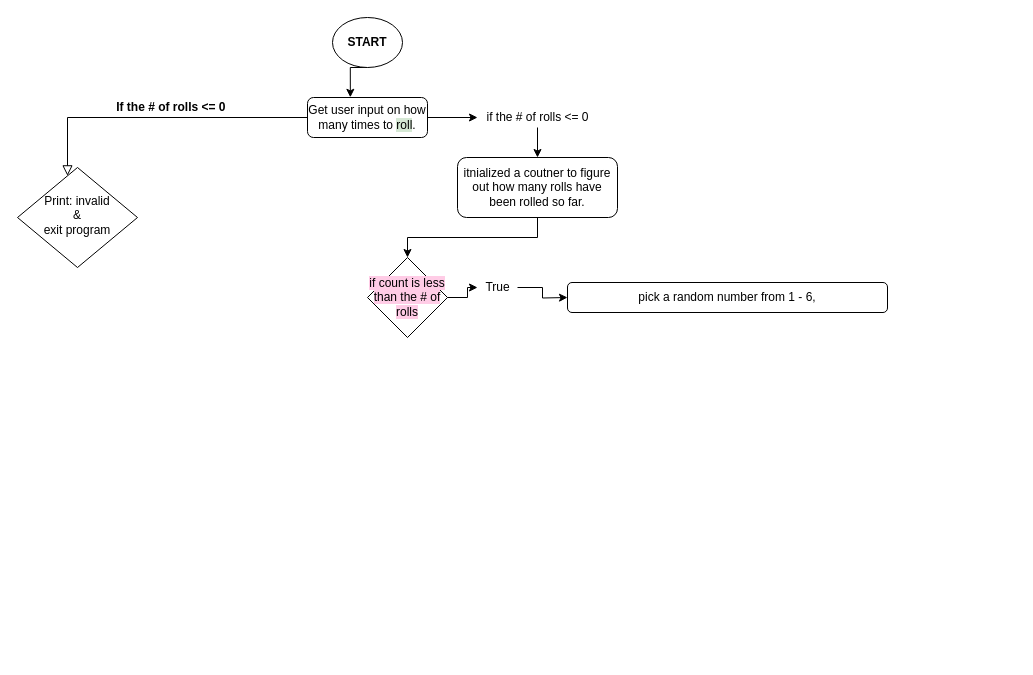
snmandapati/hello_world keeps this draw.io diagram as Untitled Diagram.drawio. Above is the earlier version. Source tidied: cells renumbered, new cells numbered last; positions are measured from the earlier drawing's top-left corner, leaving out a move shared by most shapes. Both pictures are drawn from the tidied source at 100%, with x=0, y=0 at pixel (17, 17).
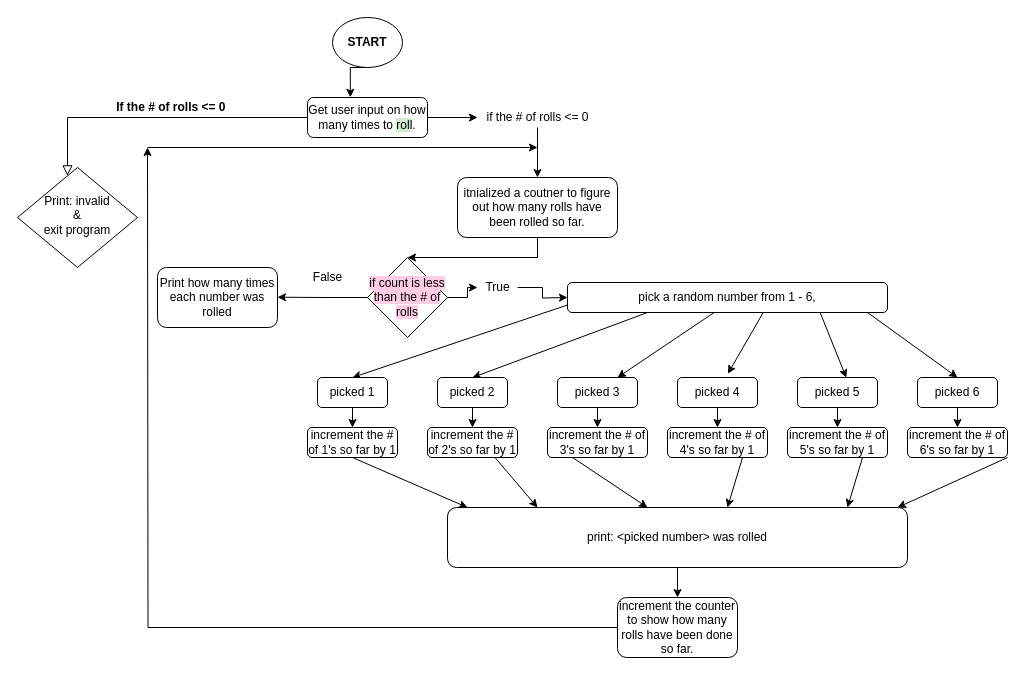
The same page after the edit.

The change refers to these unchanged cells:
```xml
<mxCell id="10" value="if the # of rolls &amp;lt;= 0" style="text;html=1;align=center;verticalAlign=middle;points=[];" parent="1" vertex="1">
  <mxGeometry x="460" y="90" width="120" height="20" as="geometry" />
</mxCell>
<mxCell id="14" value="&lt;span style=&quot;background-color: rgb(255 , 204 , 230)&quot;&gt;if count is less than the # of rolls&lt;/span&gt;" style="rhombus;whiteSpace=wrap;html=1;fillColor=#FFFFFF;" parent="1" vertex="1">
  <mxGeometry x="350" y="240" width="80" height="80" as="geometry" />
</mxCell>
<mxCell id="15" value="pick a random number from 1 - 6," style="rounded=1;whiteSpace=wrap;html=1;fillColor=#FFFFFF;" parent="1" vertex="1">
  <mxGeometry x="550" y="265" width="320" height="30" as="geometry" />
</mxCell>
```

Diff of the diagram source:
```diff
@@
     <mxCell id="9" style="edgeStyle=orthogonalEdgeStyle;rounded=0;jettySize=auto;html=1;" parent="1" edge="1" source="10" target="12">
-      <mxGeometry relative="1" as="geometry" />
+      <mxGeometry relative="1" as="geometry">
+        <Array as="points">
+          <mxPoint x="520" y="120" />
+          <mxPoint x="520" y="120" />
+        </Array>
+      </mxGeometry>
     </mxCell>
@@
     <mxCell id="11" style="edgeStyle=orthogonalEdgeStyle;rounded=0;jettySize=auto;html=1;exitX=0.5;exitY=1;exitDx=0;exitDy=0;entryX=0.5;entryY=0;entryDx=0;entryDy=0;" parent="1" edge="1" source="12" target="14">
-      <mxGeometry relative="1" as="geometry" />
+      <mxGeometry relative="1" as="geometry">
+        <Array as="points">
+          <mxPoint x="520" y="240" />
+        </Array>
+      </mxGeometry>
     </mxCell>
     <mxCell id="12" value="itnialized a coutner to figure out how many rolls have been rolled so far." style="rounded=1;whiteSpace=wrap;html=1;" parent="1" vertex="1">
-      <mxGeometry x="440" y="140" width="160" height="60" as="geometry" />
+      <mxGeometry x="440" y="160" width="160" height="60" as="geometry" />
     </mxCell>
@@
+    <mxCell id="18" style="edgeStyle=orthogonalEdgeStyle;rounded=0;jettySize=auto;html=1;exitX=0;exitY=0.5;exitDx=0;exitDy=0;" parent="1" edge="1" source="14">
+      <mxGeometry relative="1" as="geometry">
+        <mxPoint x="260" y="279.7" as="targetPoint" />
+      </mxGeometry>
+    </mxCell>
@@
+    <mxCell id="19" style="edgeStyle=none;rounded=0;jettySize=auto;html=1;exitX=0;exitY=0.75;exitDx=0;exitDy=0;entryX=0.5;entryY=0;entryDx=0;entryDy=0;" parent="1" edge="1" source="15" target="35">
+      <mxGeometry relative="1" as="geometry" />
+    </mxCell>
+    <mxCell id="20" style="edgeStyle=none;rounded=0;jettySize=auto;html=1;exitX=0.25;exitY=1;exitDx=0;exitDy=0;entryX=0.5;entryY=0;entryDx=0;entryDy=0;" parent="1" edge="1" source="15" target="33">
+      <mxGeometry relative="1" as="geometry" />
+    </mxCell>
+    <mxCell id="21" style="edgeStyle=none;rounded=0;jettySize=auto;html=1;exitX=0.464;exitY=0.96;exitDx=0;exitDy=0;entryX=0.75;entryY=0;entryDx=0;entryDy=0;exitPerimeter=0;" parent="1" edge="1" source="15" target="25">
+      <mxGeometry relative="1" as="geometry" />
+    </mxCell>
+    <mxCell id="22" style="edgeStyle=none;rounded=0;jettySize=auto;html=1;exitX=0.611;exitY=1.013;exitDx=0;exitDy=0;entryX=0.63;entryY=-0.127;entryDx=0;entryDy=0;entryPerimeter=0;exitPerimeter=0;" parent="1" edge="1" source="15" target="27">
+      <mxGeometry relative="1" as="geometry" />
+    </mxCell>
+    <mxCell id="23" style="edgeStyle=none;rounded=0;jettySize=auto;html=1;entryX=0.61;entryY=0.007;entryDx=0;entryDy=0;entryPerimeter=0;exitX=0.789;exitY=0.987;exitDx=0;exitDy=0;exitPerimeter=0;" parent="1" edge="1" source="15" target="29">
+      <mxGeometry relative="1" as="geometry" />
+    </mxCell>
@@
+    <mxCell id="24" style="edgeStyle=none;rounded=0;jettySize=auto;html=1;exitX=0.5;exitY=1;exitDx=0;exitDy=0;entryX=0.5;entryY=0;entryDx=0;entryDy=0;" parent="1" edge="1" source="25" target="41">
+      <mxGeometry relative="1" as="geometry" />
+    </mxCell>
+    <mxCell id="25" value="picked 3" style="rounded=1;whiteSpace=wrap;html=1;fillColor=#FFFFFF;" parent="1" vertex="1">
+      <mxGeometry x="540" y="360" width="80" height="30" as="geometry" />
+    </mxCell>
+    <mxCell id="26" style="edgeStyle=none;rounded=0;jettySize=auto;html=1;exitX=0.5;exitY=1;exitDx=0;exitDy=0;entryX=0.5;entryY=0;entryDx=0;entryDy=0;" parent="1" edge="1" source="27" target="43">
+      <mxGeometry relative="1" as="geometry" />
+    </mxCell>
+    <mxCell id="27" value="picked 4" style="rounded=1;whiteSpace=wrap;html=1;fillColor=#FFFFFF;" parent="1" vertex="1">
+      <mxGeometry x="660" y="360" width="80" height="30" as="geometry" />
+    </mxCell>
+    <mxCell id="28" style="edgeStyle=none;rounded=0;jettySize=auto;html=1;exitX=0.5;exitY=1;exitDx=0;exitDy=0;entryX=0.5;entryY=0;entryDx=0;entryDy=0;" parent="1" edge="1" source="29" target="45">
+      <mxGeometry relative="1" as="geometry" />
+    </mxCell>
+    <mxCell id="29" value="picked 5" style="rounded=1;whiteSpace=wrap;html=1;fillColor=#FFFFFF;" parent="1" vertex="1">
+      <mxGeometry x="780" y="360" width="80" height="30" as="geometry" />
+    </mxCell>
+    <mxCell id="30" style="edgeStyle=none;rounded=0;jettySize=auto;html=1;exitX=0.5;exitY=1;exitDx=0;exitDy=0;entryX=0.5;entryY=0;entryDx=0;entryDy=0;" parent="1" edge="1" source="31" target="47">
+      <mxGeometry relative="1" as="geometry" />
+    </mxCell>
+    <mxCell id="31" value="picked 6" style="rounded=1;whiteSpace=wrap;html=1;fillColor=#FFFFFF;" parent="1" vertex="1">
+      <mxGeometry x="900" y="360" width="80" height="30" as="geometry" />
+    </mxCell>
+    <mxCell id="32" style="edgeStyle=none;rounded=0;jettySize=auto;html=1;exitX=0.5;exitY=1;exitDx=0;exitDy=0;entryX=0.5;entryY=0;entryDx=0;entryDy=0;" parent="1" edge="1" source="33" target="39">
+      <mxGeometry relative="1" as="geometry" />
+    </mxCell>
+    <mxCell id="33" value="picked 2" style="rounded=1;whiteSpace=wrap;html=1;fillColor=#FFFFFF;" parent="1" vertex="1">
+      <mxGeometry x="420" y="360" width="70" height="30" as="geometry" />
+    </mxCell>
+    <mxCell id="34" style="edgeStyle=none;rounded=0;jettySize=auto;html=1;exitX=0.5;exitY=1;exitDx=0;exitDy=0;entryX=0.5;entryY=0;entryDx=0;entryDy=0;" parent="1" edge="1" source="35" target="37">
+      <mxGeometry relative="1" as="geometry" />
+    </mxCell>
+    <mxCell id="35" value="picked 1" style="rounded=1;whiteSpace=wrap;html=1;fillColor=#FFFFFF;" parent="1" vertex="1">
+      <mxGeometry x="300" y="360" width="70" height="30" as="geometry" />
+    </mxCell>
+    <mxCell id="36" style="edgeStyle=none;rounded=0;jettySize=auto;html=1;exitX=0.5;exitY=1;exitDx=0;exitDy=0;" parent="1" edge="1" source="37">
+      <mxGeometry relative="1" as="geometry">
+        <mxPoint x="450" y="490" as="targetPoint" />
+      </mxGeometry>
+    </mxCell>
+    <mxCell id="37" value="increment the # of 1's so far by 1" style="rounded=1;whiteSpace=wrap;html=1;fillColor=#FFFFFF;" parent="1" vertex="1">
+      <mxGeometry x="290" y="410" width="90" height="30" as="geometry" />
+    </mxCell>
+    <mxCell id="38" style="edgeStyle=none;rounded=0;jettySize=auto;html=1;exitX=0.75;exitY=1;exitDx=0;exitDy=0;" parent="1" edge="1" source="39">
+      <mxGeometry relative="1" as="geometry">
+        <mxPoint x="520" y="490" as="targetPoint" />
+      </mxGeometry>
+    </mxCell>
+    <mxCell id="39" value="increment the # of 2's so far by 1" style="rounded=1;whiteSpace=wrap;html=1;fillColor=#FFFFFF;" parent="1" vertex="1">
+      <mxGeometry x="410" y="410" width="90" height="30" as="geometry" />
+    </mxCell>
+    <mxCell id="40" style="edgeStyle=none;rounded=0;jettySize=auto;html=1;exitX=0.25;exitY=1;exitDx=0;exitDy=0;" parent="1" edge="1" source="41">
+      <mxGeometry relative="1" as="geometry">
+        <mxPoint x="630" y="490" as="targetPoint" />
+      </mxGeometry>
+    </mxCell>
+    <mxCell id="41" value="&lt;span&gt;increment the # of 3's so far by 1&lt;/span&gt;" style="rounded=1;whiteSpace=wrap;html=1;fillColor=#FFFFFF;" parent="1" vertex="1">
+      <mxGeometry x="530" y="410" width="100" height="30" as="geometry" />
+    </mxCell>
+    <mxCell id="42" style="edgeStyle=none;rounded=0;jettySize=auto;html=1;exitX=0.75;exitY=1;exitDx=0;exitDy=0;" parent="1" edge="1" source="43">
+      <mxGeometry relative="1" as="geometry">
+        <mxPoint x="710" y="490" as="targetPoint" />
+      </mxGeometry>
+    </mxCell>
+    <mxCell id="43" value="&lt;span&gt;increment the # of 4's so far by 1&lt;/span&gt;" style="rounded=1;whiteSpace=wrap;html=1;fillColor=#FFFFFF;" parent="1" vertex="1">
+      <mxGeometry x="650" y="410" width="100" height="30" as="geometry" />
+    </mxCell>
+    <mxCell id="44" style="edgeStyle=none;rounded=0;jettySize=auto;html=1;exitX=0.75;exitY=1;exitDx=0;exitDy=0;" parent="1" edge="1" source="45">
+      <mxGeometry relative="1" as="geometry">
+        <mxPoint x="830" y="490" as="targetPoint" />
+      </mxGeometry>
+    </mxCell>
+    <mxCell id="45" value="&lt;span&gt;increment the # of 5's so far by 1&lt;/span&gt;" style="rounded=1;whiteSpace=wrap;html=1;fillColor=#FFFFFF;" parent="1" vertex="1">
+      <mxGeometry x="770" y="410" width="100" height="30" as="geometry" />
+    </mxCell>
+    <mxCell id="46" style="edgeStyle=none;rounded=0;jettySize=auto;html=1;exitX=1;exitY=1;exitDx=0;exitDy=0;" parent="1" edge="1" source="47">
+      <mxGeometry relative="1" as="geometry">
+        <mxPoint x="880" y="490" as="targetPoint" />
+      </mxGeometry>
+    </mxCell>
+    <mxCell id="47" value="&lt;span&gt;increment the # of 6's so far by 1&lt;/span&gt;" style="rounded=1;whiteSpace=wrap;html=1;fillColor=#FFFFFF;" parent="1" vertex="1">
+      <mxGeometry x="890" y="410" width="100" height="30" as="geometry" />
+    </mxCell>
+    <mxCell id="48" style="endArrow=classic;html=1;entryX=0.5;entryY=0;entryDx=0;entryDy=0;" parent="1" edge="1" target="31">
+      <mxGeometry relative="1" as="geometry">
+        <mxPoint x="850" y="295" as="sourcePoint" />
+      </mxGeometry>
+    </mxCell>
+    <mxCell id="49" style="edgeStyle=none;rounded=0;jettySize=auto;html=1;exitX=0.5;exitY=1;exitDx=0;exitDy=0;" parent="1" edge="1" source="50">
+      <mxGeometry relative="1" as="geometry">
+        <mxPoint x="660" y="580" as="targetPoint" />
+      </mxGeometry>
+    </mxCell>
+    <mxCell id="50" value="print: &amp;lt;picked number&amp;gt; was rolled" style="rounded=1;whiteSpace=wrap;html=1;fillColor=#FFFFFF;" parent="1" vertex="1">
+      <mxGeometry x="430" y="490" width="460" height="60" as="geometry" />
+    </mxCell>
+    <mxCell id="51" style="edgeStyle=orthogonalEdgeStyle;rounded=0;jettySize=auto;html=1;exitX=0;exitY=0.5;exitDx=0;exitDy=0;" parent="1" edge="1" source="52">
+      <mxGeometry relative="1" as="geometry">
+        <mxPoint x="130" y="130" as="targetPoint" />
+      </mxGeometry>
+    </mxCell>
+    <mxCell id="52" value="increment the counter to show how many rolls have been done so far." style="rounded=1;whiteSpace=wrap;html=1;fillColor=#FFFFFF;" parent="1" vertex="1">
+      <mxGeometry x="600" y="580" width="120" height="60" as="geometry" />
+    </mxCell>
+    <mxCell id="53" style="endArrow=classic;html=1;" parent="1" edge="1">
+      <mxGeometry relative="1" as="geometry">
+        <mxPoint x="130" y="130" as="sourcePoint" />
+        <mxPoint x="520" y="130" as="targetPoint" />
+      </mxGeometry>
+    </mxCell>
+    <mxCell id="54" value="False" style="text;html=1;align=center;verticalAlign=middle;" parent="1" vertex="1">
+      <mxGeometry x="285" y="250" width="50" height="20" as="geometry" />
+    </mxCell>
+    <mxCell id="55" value="Print how many times each number was rolled" style="rounded=1;whiteSpace=wrap;html=1;fillColor=#FFFFFF;" parent="1" vertex="1">
+      <mxGeometry x="140" y="250" width="120" height="60" as="geometry" />
+    </mxCell>
```
